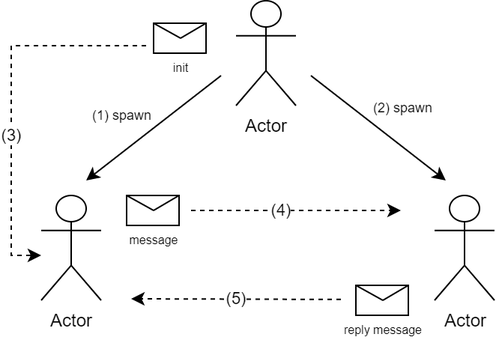
Earlier version of the draw.io export documentation/fyp-report/resources/actors.png (Android2771/actors-fyp). Source tidied: cells renumbered, new cells last; positions are measured from the earlier drawing's top-left corner, leaving out a move shared by most shapes.
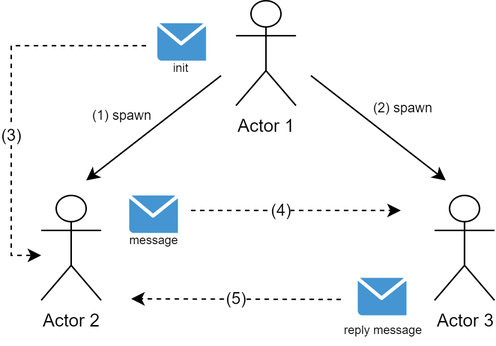
After the commit.

The edit, as a diff of the source:
```diff
@@ -2,26 +2,13 @@
   <root>
     <mxCell id="0" />
     <mxCell id="1" parent="0" />
-    <mxCell id="2" value="Actor" style="shape=umlActor;verticalLabelPosition=bottom;verticalAlign=top;html=1;" parent="1" vertex="1">
+    <mxCell id="2" value="Actor 1" style="shape=umlActor;verticalLabelPosition=bottom;verticalAlign=top;html=1;" parent="1" vertex="1">
       <mxGeometry x="150" width="40" height="70" as="geometry" />
     </mxCell>
-    <mxCell id="3" style="rounded=0;whiteSpace=wrap;html=1;" parent="1" vertex="1">
-      <mxGeometry x="77" y="130" width="35" height="20" as="geometry" />
-    </mxCell>
-    <mxCell id="4" style="endArrow=none;html=1;rounded=0;entryX=1;entryY=0;entryDx=0;entryDy=0;" parent="1" edge="1" target="3">
-      <mxGeometry relative="1" as="geometry">
-        <mxPoint x="95" y="140" as="sourcePoint" />
-      </mxGeometry>
-    </mxCell>
-    <mxCell id="5" style="endArrow=none;html=1;rounded=0;exitX=0;exitY=0;exitDx=0;exitDy=0;" parent="1" edge="1" source="3">
-      <mxGeometry relative="1" as="geometry">
-        <mxPoint x="95" y="140" as="targetPoint" />
-      </mxGeometry>
-    </mxCell>
-    <mxCell id="6" value="Actor" style="shape=umlActor;verticalLabelPosition=bottom;verticalAlign=top;html=1;" parent="1" vertex="1">
+    <mxCell id="6" value="Actor 3" style="shape=umlActor;verticalLabelPosition=bottom;verticalAlign=top;html=1;" parent="1" vertex="1">
       <mxGeometry x="282.5" y="130" width="40" height="70" as="geometry" />
     </mxCell>
-    <mxCell id="7" value="Actor" style="shape=umlActor;verticalLabelPosition=bottom;verticalAlign=top;html=1;" parent="1" vertex="1">
+    <mxCell id="7" value="Actor 2" style="shape=umlActor;verticalLabelPosition=bottom;verticalAlign=top;html=1;" parent="1" vertex="1">
       <mxGeometry x="20" y="130" width="40" height="70" as="geometry" />
     </mxCell>
     <mxCell id="8" value="&lt;font style=&quot;font-size: 9px&quot;&gt;(2) spawn&lt;/font&gt;" style="endArrow=classic;html=1;rounded=0;labelPosition=right;verticalLabelPosition=top;align=left;verticalAlign=bottom;" parent="1" edge="1">
@@ -48,38 +35,12 @@
         <mxPoint x="80" y="199" as="targetPoint" />
       </mxGeometry>
     </mxCell>
-    <mxCell id="12" style="rounded=0;whiteSpace=wrap;html=1;" parent="1" vertex="1">
-      <mxGeometry x="230" y="190" width="35" height="20" as="geometry" />
-    </mxCell>
-    <mxCell id="13" style="endArrow=none;html=1;rounded=0;entryX=1;entryY=0;entryDx=0;entryDy=0;" parent="1" edge="1" target="12">
-      <mxGeometry relative="1" as="geometry">
-        <mxPoint x="248" y="200" as="sourcePoint" />
-      </mxGeometry>
-    </mxCell>
-    <mxCell id="14" style="endArrow=none;html=1;rounded=0;exitX=0;exitY=0;exitDx=0;exitDy=0;" parent="1" edge="1" source="12">
-      <mxGeometry relative="1" as="geometry">
-        <mxPoint x="248" y="200" as="targetPoint" />
-      </mxGeometry>
-    </mxCell>
     <mxCell id="15" value="message" style="text;html=1;align=center;verticalAlign=middle;strokeColor=none;fillColor=none;fontSize=8;" parent="1" vertex="1">
       <mxGeometry x="70" y="150" width="50" height="20" as="geometry" />
     </mxCell>
     <mxCell id="16" value="reply message" style="text;html=1;align=center;verticalAlign=middle;strokeColor=none;fillColor=none;fontSize=8;" parent="1" vertex="1">
       <mxGeometry x="212.5" y="210" width="70" height="20" as="geometry" />
     </mxCell>
-    <mxCell id="17" style="rounded=0;whiteSpace=wrap;html=1;" parent="1" vertex="1">
-      <mxGeometry x="95" y="15" width="35" height="20" as="geometry" />
-    </mxCell>
-    <mxCell id="18" style="endArrow=none;html=1;rounded=0;entryX=1;entryY=0;entryDx=0;entryDy=0;" parent="1" edge="1" target="17">
-      <mxGeometry relative="1" as="geometry">
-        <mxPoint x="113" y="25" as="sourcePoint" />
-      </mxGeometry>
-    </mxCell>
-    <mxCell id="19" style="endArrow=none;html=1;rounded=0;exitX=0;exitY=0;exitDx=0;exitDy=0;" parent="1" edge="1" source="17">
-      <mxGeometry relative="1" as="geometry">
-        <mxPoint x="113" y="25" as="targetPoint" />
-      </mxGeometry>
-    </mxCell>
     <mxCell id="20" value="init" style="text;html=1;align=center;verticalAlign=middle;strokeColor=none;fillColor=none;fontSize=8;" parent="1" vertex="1">
       <mxGeometry x="97.5" y="35" width="30" height="20" as="geometry" />
     </mxCell>
@@ -94,5 +55,14 @@
         </Array>
       </mxGeometry>
     </mxCell>
+    <mxCell id="22" style="shadow=0;dashed=0;html=1;strokeColor=none;fillColor=#4495D1;labelPosition=center;verticalLabelPosition=bottom;verticalAlign=top;align=center;shape=mxgraph.veeam.2d.letter;" parent="1" vertex="1">
+      <mxGeometry x="97.5" y="15" width="32.5" height="25" as="geometry" />
+    </mxCell>
+    <mxCell id="23" style="shadow=0;dashed=0;html=1;strokeColor=none;fillColor=#4495D1;labelPosition=center;verticalLabelPosition=bottom;verticalAlign=top;align=center;shape=mxgraph.veeam.2d.letter;" parent="1" vertex="1">
+      <mxGeometry x="78.8" y="130" width="32.5" height="25" as="geometry" />
+    </mxCell>
+    <mxCell id="24" style="shadow=0;dashed=0;html=1;strokeColor=none;fillColor=#4495D1;labelPosition=center;verticalLabelPosition=bottom;verticalAlign=top;align=center;shape=mxgraph.veeam.2d.letter;" parent="1" vertex="1">
+      <mxGeometry x="231.2" y="185" width="32.5" height="25" as="geometry" />
+    </mxCell>
   </root>
 </mxGraphModel>
```
